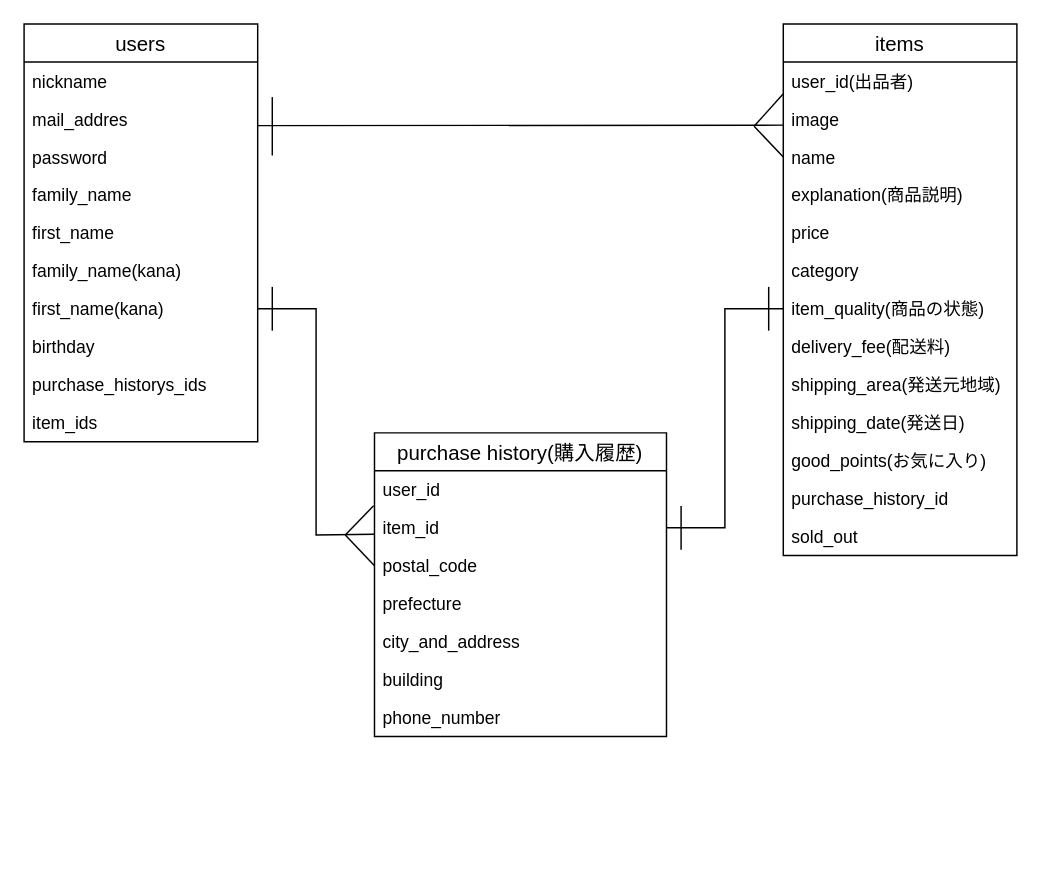
Above: ER.dio in human7016/furima-28787 (draw.io), before the change. Source tidied: cells renumbered, new cells numbered last; positions are measured from the earlier drawing's top-left corner, leaving out a move shared by most shapes. Both pictures are drawn from the tidied source at 146%, with x=0, y=0 at pixel (23, 23).
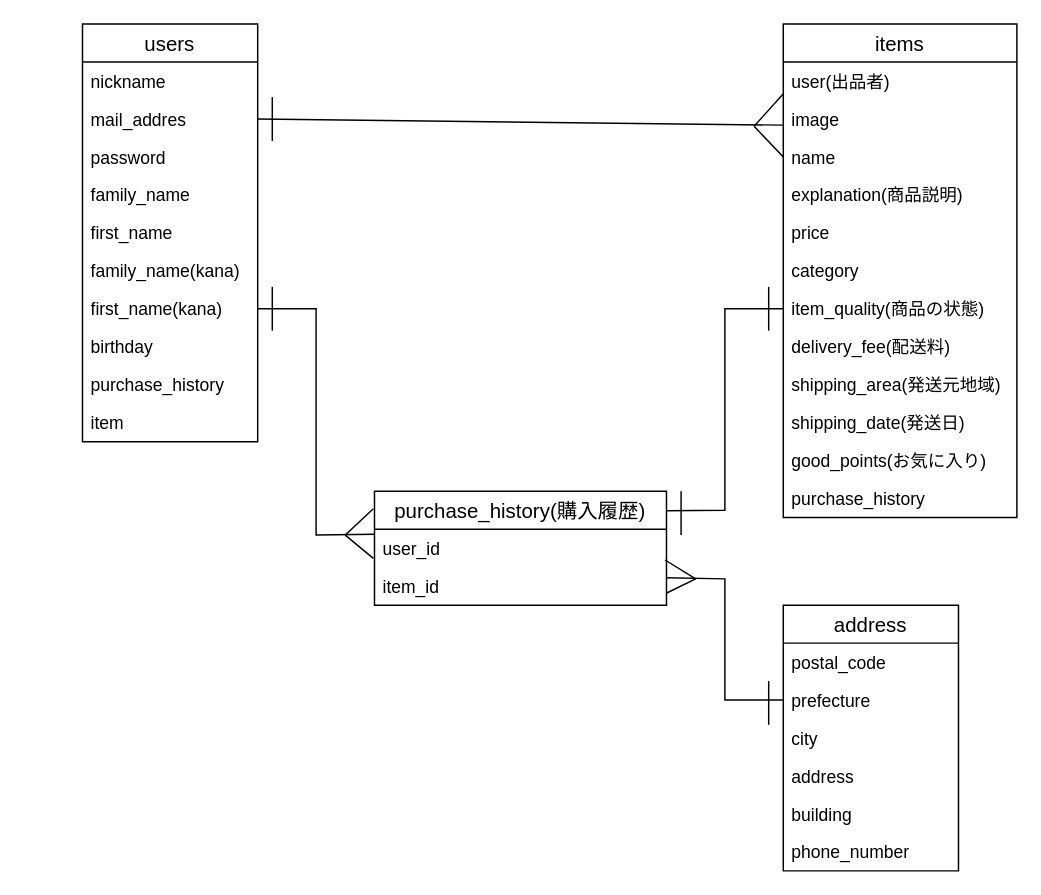
The same diagram, later.

Commit message (it also covers changes not shown here):
テーブルの修正２

Unchanged cells that the change refers to:
```xml
<mxCell id="16" value="image" style="text;strokeColor=none;fillColor=none;spacingLeft=4;spacingRight=4;overflow=hidden;points=[[0,0.5],[1,0.5]];portConstraint=eastwest;fontSize=12;" parent="14" vertex="1">
  <mxGeometry y="52" width="160" height="26" as="geometry" />
</mxCell>
<mxCell id="21" value="item_quality(商品の状態)" style="text;strokeColor=none;fillColor=none;spacingLeft=4;spacingRight=4;overflow=hidden;points=[[0,0.5],[1,0.5]];portConstraint=eastwest;fontSize=12;" parent="14" vertex="1">
  <mxGeometry y="182" width="160" height="26" as="geometry" />
</mxCell>
```

The edit, as a diff of the source:
```diff
@@
     <mxCell id="2" value="users" style="swimlane;fontStyle=0;horizontal=1;startSize=26;align=center;fontSize=14;" parent="1" vertex="1">
-      <mxGeometry width="160" height="286" as="geometry" />
+      <mxGeometry x="40" width="120" height="286" as="geometry" />
     </mxCell>
     <mxCell id="3" value="nickname&#10;" style="text;strokeColor=none;fillColor=none;spacingLeft=4;spacingRight=4;overflow=hidden;fontSize=12;" parent="2" vertex="1">
-      <mxGeometry y="26" width="160" height="26" as="geometry" />
+      <mxGeometry y="26" width="120" height="26" as="geometry" />
     </mxCell>
     <mxCell id="4" value="mail_addres" style="text;strokeColor=none;fillColor=none;spacingLeft=4;spacingRight=4;overflow=hidden;points=[[0,0.5],[1,0.5]];portConstraint=eastwest;fontSize=12;" parent="2" vertex="1">
-      <mxGeometry y="52" width="160" height="26" as="geometry" />
+      <mxGeometry y="52" width="120" height="26" as="geometry" />
     </mxCell>
     <mxCell id="5" value="password" style="text;strokeColor=none;fillColor=none;spacingLeft=4;spacingRight=4;overflow=hidden;fontSize=12;" parent="2" vertex="1">
-      <mxGeometry y="78" width="160" height="26" as="geometry" />
+      <mxGeometry y="78" width="120" height="26" as="geometry" />
     </mxCell>
     <mxCell id="6" value="family_name" style="text;strokeColor=none;fillColor=none;spacingLeft=4;spacingRight=4;overflow=hidden;fontSize=12;" parent="2" vertex="1">
-      <mxGeometry y="104" width="160" height="26" as="geometry" />
+      <mxGeometry y="104" width="120" height="26" as="geometry" />
     </mxCell>
     <mxCell id="7" value="first_name" style="text;strokeColor=none;fillColor=none;spacingLeft=4;spacingRight=4;overflow=hidden;fontSize=12;" parent="2" vertex="1">
-      <mxGeometry y="130" width="160" height="26" as="geometry" />
+      <mxGeometry y="130" width="120" height="26" as="geometry" />
     </mxCell>
     <mxCell id="8" value="family_name(kana)" style="text;strokeColor=none;fillColor=none;spacingLeft=4;spacingRight=4;overflow=hidden;fontSize=12;" parent="2" vertex="1">
-      <mxGeometry y="156" width="160" height="26" as="geometry" />
+      <mxGeometry y="156" width="120" height="26" as="geometry" />
     </mxCell>
     <mxCell id="9" value="first_name(kana)" style="text;strokeColor=none;fillColor=none;spacingLeft=4;spacingRight=4;overflow=hidden;points=[[0,0.5],[1,0.5]];portConstraint=eastwest;fontSize=12;" parent="2" vertex="1">
-      <mxGeometry y="182" width="160" height="26" as="geometry" />
+      <mxGeometry y="182" width="120" height="26" as="geometry" />
     </mxCell>
     <mxCell id="10" value="birthday" style="text;strokeColor=none;fillColor=none;spacingLeft=4;spacingRight=4;overflow=hidden;fontSize=12;" parent="2" vertex="1">
-      <mxGeometry y="208" width="160" height="26" as="geometry" />
+      <mxGeometry y="208" width="120" height="26" as="geometry" />
     </mxCell>
-    <mxCell id="11" value="purchase_historys_ids" style="text;strokeColor=none;fillColor=none;spacingLeft=4;spacingRight=4;overflow=hidden;fontSize=12;" parent="2" vertex="1">
-      <mxGeometry y="234" width="160" height="26" as="geometry" />
+    <mxCell id="11" value="purchase_history" style="text;strokeColor=none;fillColor=none;spacingLeft=4;spacingRight=4;overflow=hidden;fontSize=12;" parent="2" vertex="1">
+      <mxGeometry y="234" width="120" height="26" as="geometry" />
     </mxCell>
-    <mxCell id="12" value="item_ids" style="text;strokeColor=none;fillColor=none;spacingLeft=4;spacingRight=4;overflow=hidden;fontSize=12;" parent="2" vertex="1">
-      <mxGeometry y="260" width="160" height="26" as="geometry" />
+    <mxCell id="12" value="item" style="text;strokeColor=none;fillColor=none;spacingLeft=4;spacingRight=4;overflow=hidden;fontSize=12;" parent="2" vertex="1">
+      <mxGeometry y="260" width="120" height="26" as="geometry" />
     </mxCell>
-    <mxCell id="13" style="endArrow=none;html=1;rounded=0;exitX=1;exitY=0.5;exitDx=0;exitDy=0;entryX=-0.001;entryY=0.669;entryDx=0;entryDy=0;entryPerimeter=0;" parent="1" edge="1" source="9" target="32">
+    <mxCell id="13" style="endArrow=none;html=1;rounded=0;exitX=1;exitY=0.5;exitDx=0;exitDy=0;entryX=-0.001;entryY=0.669;entryDx=0;entryDy=0;entryPerimeter=0;" parent="1" edge="1" source="9">
       <mxGeometry relative="1" as="geometry">
+        <mxPoint x="239.8" y="349.4" as="targetPoint" />
         <Array as="points">
           <mxPoint x="200" y="195" />
           <mxPoint x="200" y="350" />
         </Array>
       </mxGeometry>
     </mxCell>
     <mxCell id="14" value="items" style="swimlane;fontStyle=0;horizontal=1;startSize=26;align=center;fontSize=14;" parent="1" vertex="1">
-      <mxGeometry x="520" width="160" height="364" as="geometry" />
+      <mxGeometry x="520" width="160" height="338" as="geometry" />
     </mxCell>
-    <mxCell id="15" value="user_id(出品者)" style="text;strokeColor=none;fillColor=none;spacingLeft=4;spacingRight=4;overflow=hidden;points=[[0,0.5],[1,0.5]];portConstraint=eastwest;fontSize=12;" parent="14" vertex="1">
+    <mxCell id="15" value="user(出品者)" style="text;strokeColor=none;fillColor=none;spacingLeft=4;spacingRight=4;overflow=hidden;points=[[0,0.5],[1,0.5]];portConstraint=eastwest;fontSize=12;" parent="14" vertex="1">
       <mxGeometry y="26" width="160" height="26" as="geometry" />
     </mxCell>
@@
-    <mxCell id="26" value="purchase_history_id" style="text;strokeColor=none;fillColor=none;spacingLeft=4;spacingRight=4;overflow=hidden;fontSize=12;" parent="14" vertex="1">
+    <mxCell id="26" value="purchase_history" style="text;strokeColor=none;fillColor=none;spacingLeft=4;spacingRight=4;overflow=hidden;fontSize=12;" parent="14" vertex="1">
       <mxGeometry y="312" width="160" height="26" as="geometry" />
     </mxCell>
-    <mxCell id="27" value="sold_out" style="text;strokeColor=none;fillColor=none;spacingLeft=4;spacingRight=4;overflow=hidden;fontSize=12;" parent="14" vertex="1">
-      <mxGeometry y="338" width="160" height="26" as="geometry" />
-    </mxCell>
-    <mxCell id="28" style="endArrow=none;html=1;rounded=0;entryX=0;entryY=0.5;entryDx=0;entryDy=0;exitX=1;exitY=0.5;exitDx=0;exitDy=0;" parent="1" edge="1" source="32" target="21">
+    <mxCell id="28" style="endArrow=none;html=1;rounded=0;entryX=0;entryY=0.5;entryDx=0;entryDy=0;exitX=0.999;exitY=0.171;exitDx=0;exitDy=0;exitPerimeter=0;" parent="1" edge="1" source="46" target="21">
       <mxGeometry relative="1" as="geometry">
         <Array as="points">
-          <mxPoint x="480" y="345" />
+          <mxPoint x="480" y="333" />
           <mxPoint x="480" y="195" />
         </Array>
       </mxGeometry>
     </mxCell>
-    <mxCell id="29" style="endArrow=none;html=1;rounded=0;exitX=1;exitY=0.675;exitDx=0;exitDy=0;entryX=0.001;entryY=0.662;entryDx=0;entryDy=0;exitPerimeter=0;entryPerimeter=0;" parent="1" edge="1" source="4" target="16">
+    <mxCell id="29" style="endArrow=none;html=1;rounded=0;exitX=1;exitY=0.5;exitDx=0;exitDy=0;entryX=0.001;entryY=0.662;entryDx=0;entryDy=0;entryPerimeter=0;" parent="1" edge="1" source="4" target="16">
       <mxGeometry relative="1" as="geometry" />
     </mxCell>
-    <mxCell id="30" value="purchase history(購入履歴)" style="swimlane;fontStyle=0;horizontal=1;startSize=26;align=center;fontSize=14;" parent="1" vertex="1">
-      <mxGeometry x="240" y="280" width="200" height="208" as="geometry" />
-    </mxCell>
-    <mxCell id="31" value="user_id" style="text;strokeColor=none;fillColor=none;spacingLeft=4;spacingRight=4;overflow=hidden;points=[[0,0.5],[1,0.5]];portConstraint=eastwest;fontSize=12;" parent="30" vertex="1">
-      <mxGeometry y="26" width="200" height="26" as="geometry" />
-    </mxCell>
-    <mxCell id="32" value="item_id" style="text;strokeColor=none;fillColor=none;spacingLeft=4;spacingRight=4;overflow=hidden;points=[[0,0.5],[1,0.5]];portConstraint=eastwest;fontSize=12;" parent="30" vertex="1">
-      <mxGeometry y="52" width="200" height="26" as="geometry" />
-    </mxCell>
-    <mxCell id="33" value="postal_code" style="text;strokeColor=none;fillColor=none;spacingLeft=4;spacingRight=4;overflow=hidden;points=[[0,0.5],[1,0.5]];portConstraint=eastwest;fontSize=12;" parent="30" vertex="1">
-      <mxGeometry y="78" width="200" height="26" as="geometry" />
-    </mxCell>
-    <mxCell id="34" value="prefecture" style="text;strokeColor=none;fillColor=none;spacingLeft=4;spacingRight=4;overflow=hidden;points=[[0,0.5],[1,0.5]];portConstraint=eastwest;fontSize=12;" parent="30" vertex="1">
-      <mxGeometry y="104" width="200" height="26" as="geometry" />
-    </mxCell>
-    <mxCell id="35" value="city_and_address" style="text;strokeColor=none;fillColor=none;spacingLeft=4;spacingRight=4;overflow=hidden;fontSize=12;" parent="30" vertex="1">
-      <mxGeometry y="130" width="200" height="26" as="geometry" />
-    </mxCell>
-    <mxCell id="36" value="building" style="text;strokeColor=none;fillColor=none;spacingLeft=4;spacingRight=4;overflow=hidden;fontSize=12;" parent="30" vertex="1">
-      <mxGeometry y="156" width="200" height="26" as="geometry" />
-    </mxCell>
-    <mxCell id="37" value="phone_number" style="text;strokeColor=none;fillColor=none;spacingLeft=4;spacingRight=4;overflow=hidden;fontSize=12;" parent="30" vertex="1">
-      <mxGeometry y="182" width="200" height="26" as="geometry" />
-    </mxCell>
@@
     <mxCell id="39" style="endArrow=none;html=1;rounded=0;" parent="1" edge="1">
       <mxGeometry relative="1" as="geometry">
-        <mxPoint x="450" y="360" as="sourcePoint" />
-        <mxPoint x="450" y="330" as="targetPoint" />
+        <mxPoint x="450" y="350" as="sourcePoint" />
+        <mxPoint x="450" y="320" as="targetPoint" />
       </mxGeometry>
     </mxCell>
-    <mxCell id="40" style="endArrow=none;html=1;rounded=0;entryX=-0.003;entryY=0.918;entryDx=0;entryDy=0;entryPerimeter=0;" parent="1" edge="1" target="31">
+    <mxCell id="40" style="endArrow=none;html=1;rounded=0;entryX=-0.004;entryY=0.154;entryDx=0;entryDy=0;entryPerimeter=0;" parent="1" edge="1" target="46">
       <mxGeometry relative="1" as="geometry">
         <mxPoint x="220" y="350" as="sourcePoint" />
       </mxGeometry>
     </mxCell>
-    <mxCell id="41" style="endArrow=none;html=1;rounded=0;entryX=0;entryY=0.5;entryDx=0;entryDy=0;" parent="1" edge="1" target="33">
+    <mxCell id="41" style="endArrow=none;html=1;rounded=0;entryX=-0.004;entryY=0.769;entryDx=0;entryDy=0;entryPerimeter=0;" parent="1" edge="1" target="31">
       <mxGeometry relative="1" as="geometry">
         <mxPoint x="220" y="350" as="sourcePoint" />
       </mxGeometry>
     </mxCell>
     <mxCell id="42" style="endArrow=none;html=1;rounded=0;" parent="1" edge="1">
       <mxGeometry relative="1" as="geometry">
         <mxPoint x="170" y="50" as="sourcePoint" />
-        <mxPoint x="170" y="90" as="targetPoint" />
+        <mxPoint x="170" y="80" as="targetPoint" />
       </mxGeometry>
     </mxCell>
@@
+    <mxCell id="46" value="purchase_history(購入履歴)" style="swimlane;fontStyle=0;horizontal=1;startSize=26;align=center;fontSize=14;" parent="1" vertex="1">
+      <mxGeometry x="240" y="320" width="200" height="78" as="geometry" />
+    </mxCell>
+    <mxCell id="31" value="user_id" style="text;strokeColor=none;fillColor=none;spacingLeft=4;spacingRight=4;overflow=hidden;points=[[0,0.5],[1,0.5]];portConstraint=eastwest;fontSize=12;" parent="46" vertex="1">
+      <mxGeometry y="26" width="200" height="26" as="geometry" />
+    </mxCell>
+    <mxCell id="32" value="item_id" style="text;strokeColor=none;fillColor=none;spacingLeft=4;spacingRight=4;overflow=hidden;points=[[0,0.5],[1,0.5]];portConstraint=eastwest;fontSize=12;" parent="46" vertex="1">
+      <mxGeometry y="52" width="200" height="26" as="geometry" />
+    </mxCell>
+    <mxCell id="30" value="address" style="swimlane;fontStyle=0;horizontal=1;startSize=26;align=center;fontSize=14;" parent="1" vertex="1">
+      <mxGeometry x="520" y="398" width="120" height="182" as="geometry" />
+    </mxCell>
+    <mxCell id="33" value="postal_code" style="text;strokeColor=none;fillColor=none;spacingLeft=4;spacingRight=4;overflow=hidden;points=[[0,0.5],[1,0.5]];portConstraint=eastwest;fontSize=12;" parent="30" vertex="1">
+      <mxGeometry y="26" width="120" height="26" as="geometry" />
+    </mxCell>
+    <mxCell id="34" value="prefecture" style="text;strokeColor=none;fillColor=none;spacingLeft=4;spacingRight=4;overflow=hidden;points=[[0,0.5],[1,0.5]];portConstraint=eastwest;fontSize=12;" parent="30" vertex="1">
+      <mxGeometry y="52" width="120" height="26" as="geometry" />
+    </mxCell>
+    <mxCell id="35" value="city" style="text;strokeColor=none;fillColor=none;spacingLeft=4;spacingRight=4;overflow=hidden;fontSize=12;" parent="30" vertex="1">
+      <mxGeometry y="78" width="120" height="26" as="geometry" />
+    </mxCell>
+    <mxCell id="47" value="address&#10;" style="text;strokeColor=none;fillColor=none;spacingLeft=4;spacingRight=4;overflow=hidden;fontSize=12;" parent="30" vertex="1">
+      <mxGeometry y="104" width="120" height="26" as="geometry" />
+    </mxCell>
+    <mxCell id="36" value="building" style="text;strokeColor=none;fillColor=none;spacingLeft=4;spacingRight=4;overflow=hidden;fontSize=12;" parent="30" vertex="1">
+      <mxGeometry y="130" width="120" height="26" as="geometry" />
+    </mxCell>
+    <mxCell id="37" value="phone_number" style="text;strokeColor=none;fillColor=none;spacingLeft=4;spacingRight=4;overflow=hidden;fontSize=12;" parent="30" vertex="1">
+      <mxGeometry y="156" width="120" height="26" as="geometry" />
+    </mxCell>
+    <mxCell id="48" style="endArrow=none;html=1;rounded=0;exitX=1;exitY=0.28;exitDx=0;exitDy=0;entryX=0;entryY=0.5;entryDx=0;entryDy=0;exitPerimeter=0;" parent="1" edge="1" source="32" target="34">
+      <mxGeometry relative="1" as="geometry">
+        <Array as="points">
+          <mxPoint x="480" y="380" />
+          <mxPoint x="480" y="463" />
+        </Array>
+      </mxGeometry>
+    </mxCell>
+    <mxCell id="49" style="endArrow=none;html=1;rounded=0;" parent="1" edge="1">
+      <mxGeometry relative="1" as="geometry">
+        <mxPoint x="510" y="480" as="sourcePoint" />
+        <mxPoint x="510" y="450" as="targetPoint" />
+      </mxGeometry>
+    </mxCell>
+    <mxCell id="50" style="endArrow=none;html=1;rounded=0;exitX=0.995;exitY=0.81;exitDx=0;exitDy=0;exitPerimeter=0;" parent="1" edge="1" source="31">
+      <mxGeometry relative="1" as="geometry">
+        <mxPoint x="460" y="380" as="targetPoint" />
+      </mxGeometry>
+    </mxCell>
+    <mxCell id="51" style="endArrow=none;html=1;rounded=0;exitX=0.999;exitY=0.686;exitDx=0;exitDy=0;exitPerimeter=0;" parent="1" edge="1" source="32">
+      <mxGeometry relative="1" as="geometry">
+        <mxPoint x="460" y="380" as="targetPoint" />
+      </mxGeometry>
+    </mxCell>
```
